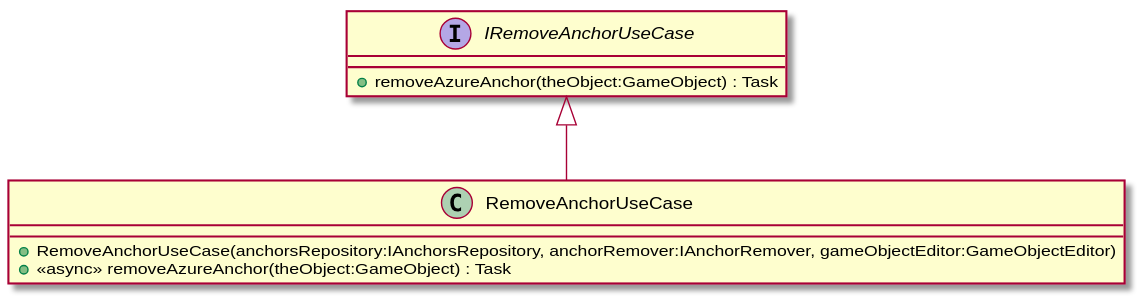
Above: UML/usecases/RemoveAnchorUseCase.svg in DeNatur/ProductionFloorVisualization (PlantUML), before the change. The source it was exported from:
```plantuml
@startuml
interface IRemoveAnchorUseCase {
    + removeAzureAnchor(theObject:GameObject) : Task
}
class RemoveAnchorUseCase {
    + RemoveAnchorUseCase(anchorsRepository:IAnchorsRepository, anchorRemover:IAnchorRemover, gameObjectEditor:GameObjectEditor)
    + <<async>> removeAzureAnchor(theObject:GameObject) : Task
}
IRemoveAnchorUseCase <|-- RemoveAnchorUseCase
@enduml
```
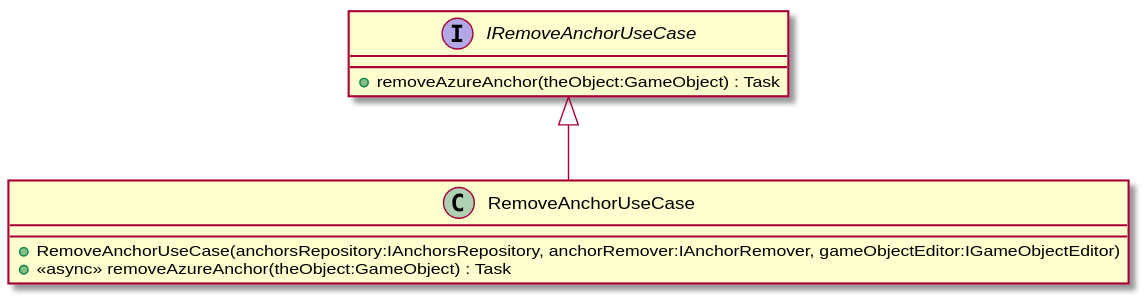
The same diagram one commit later.

Change to the diagram source:
```diff
@@ -3,7 +3,7 @@
     + removeAzureAnchor(theObject:GameObject) : Task
 }
 class RemoveAnchorUseCase {
-    + RemoveAnchorUseCase(anchorsRepository:IAnchorsRepository, anchorRemover:IAnchorRemover, gameObjectEditor:GameObjectEditor)
+    + RemoveAnchorUseCase(anchorsRepository:IAnchorsRepository, anchorRemover:IAnchorRemover, gameObjectEditor:IGameObjectEditor)
     + <<async>> removeAzureAnchor(theObject:GameObject) : Task
 }
 IRemoveAnchorUseCase <|-- RemoveAnchorUseCase
```
